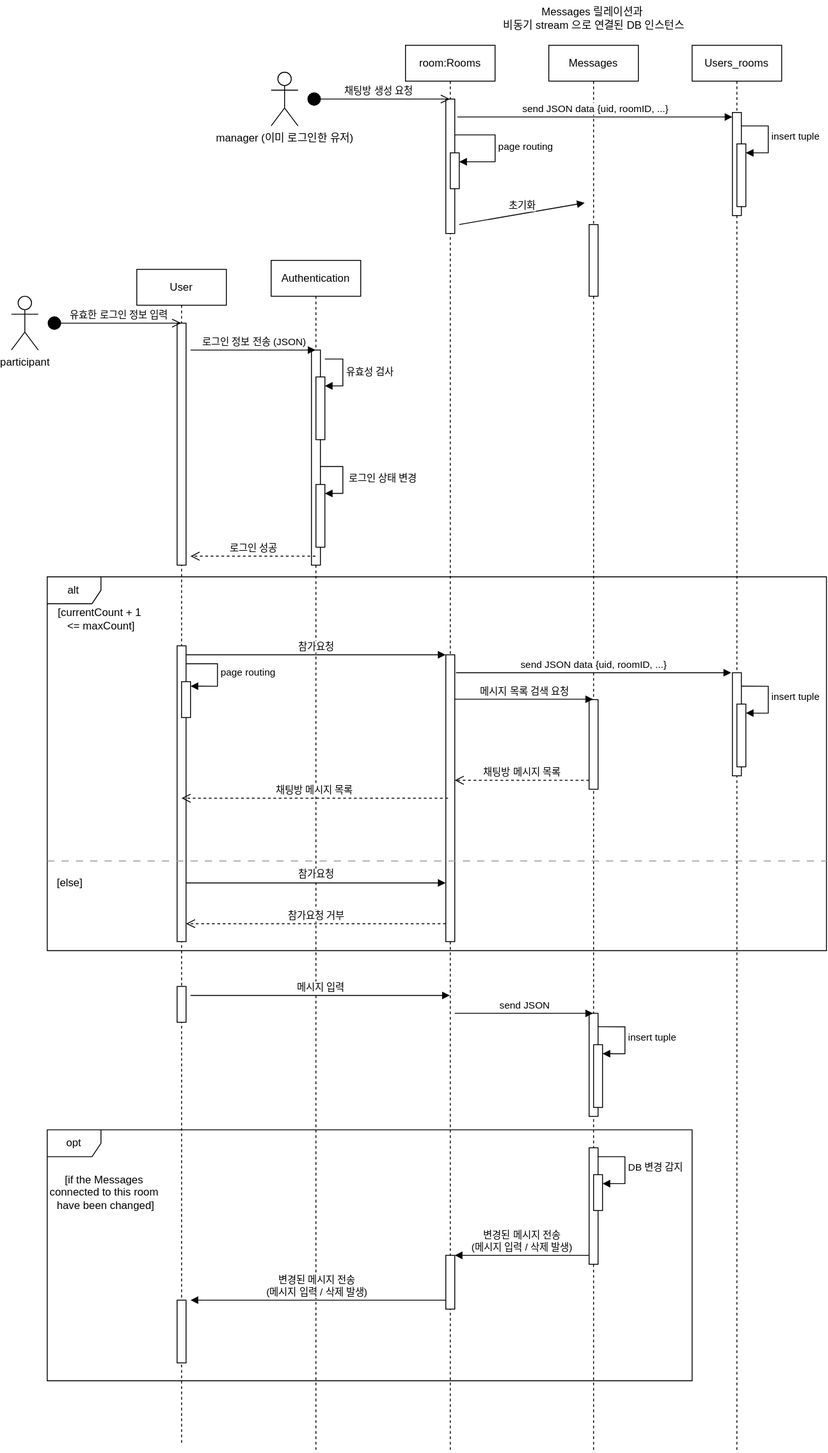
This is diagrams/msgTransfer_SD.drawio.svg from RGB234/meeting_app, a draw.io export, as it was before one commit. Source tidied: cells renumbered, new cells last; positions are measured from the earlier drawing's top-left corner, leaving out a move shared by most shapes.
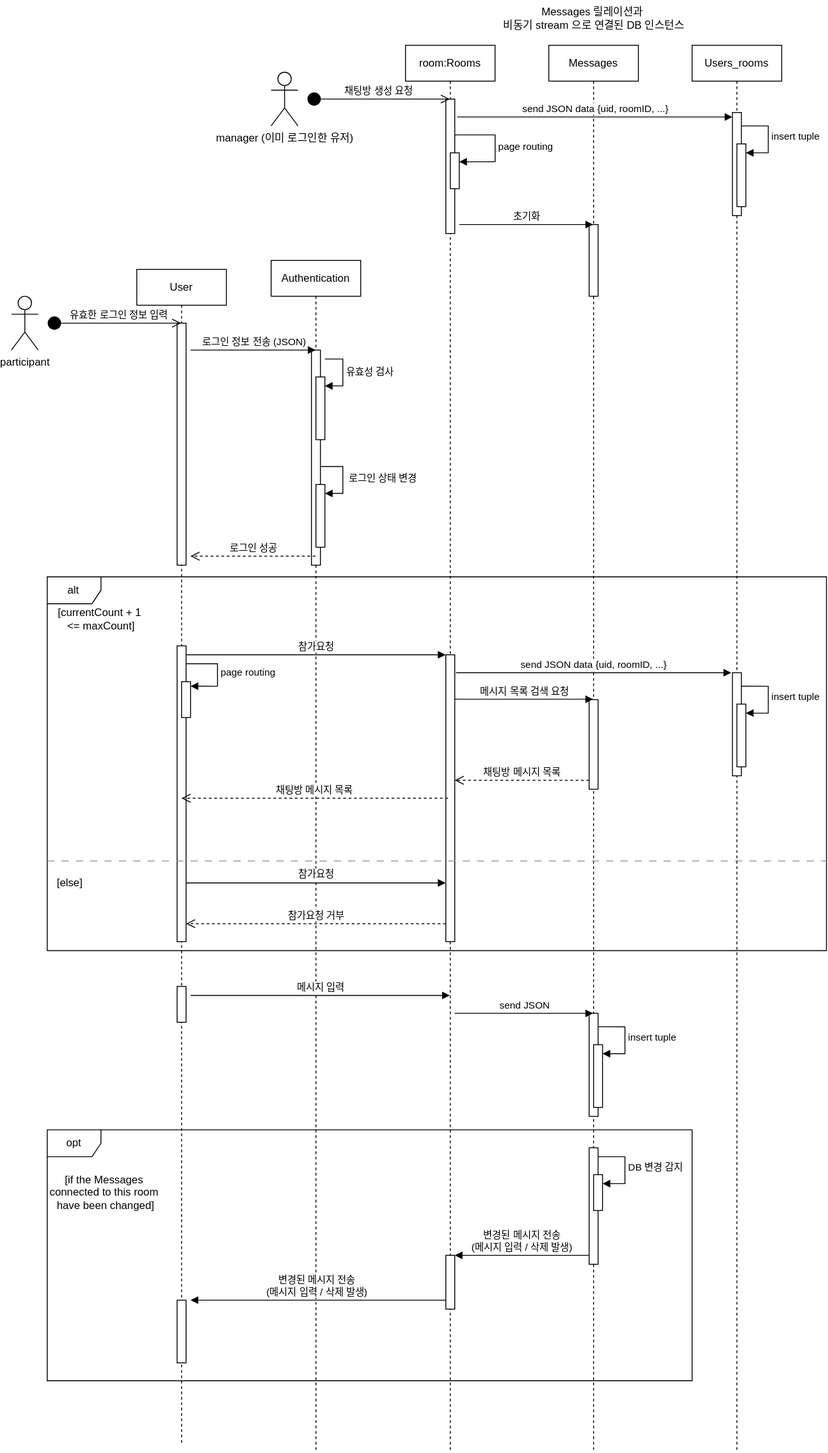
After the commit.

The edit, as a diff of the source:
```diff
@@ -257,7 +257,7 @@
     <mxCell id="58" value="Messages 릴레이션과&amp;nbsp;&lt;div&gt;비동기 stream 으로 연결된&amp;nbsp;&lt;span style=&quot;background-color: initial;&quot;&gt;DB 인스턴스&lt;/span&gt;&lt;/div&gt;" style="text;html=1;align=center;verticalAlign=middle;strokeColor=none;fillColor=none;" parent="1" vertex="1">
       <mxGeometry x="530" width="240" height="40" as="geometry" />
     </mxCell>
-    <mxCell id="59" value="초기화" style="html=1;verticalAlign=bottom;endArrow=block;curved=0;rounded=0;entryX=0.4;entryY=0.112;entryDx=0;entryDy=0;entryPerimeter=0;" parent="1" edge="1" target="22">
+    <mxCell id="59" value="초기화" style="html=1;verticalAlign=bottom;endArrow=block;curved=0;rounded=0;" parent="1" edge="1" target="22">
       <mxGeometry relative="1" as="geometry">
         <mxPoint x="500" y="250" as="sourcePoint" />
       </mxGeometry>
```
